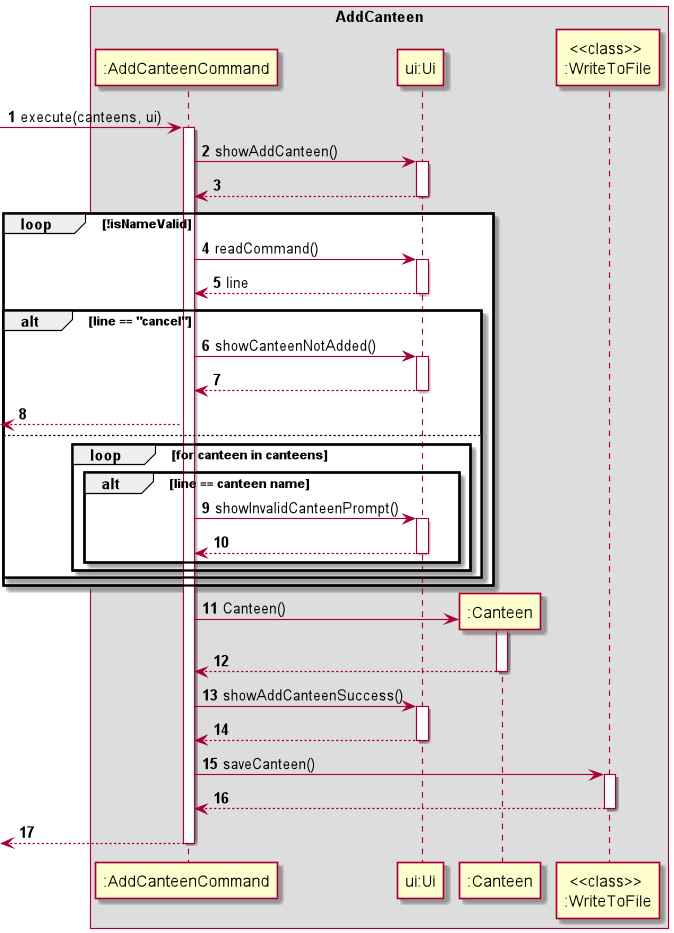
nagiteja/tp keeps this PlantUML diagram as docs/img/AddCanteen.png. Above is the earlier version. Its diagram source:
```plantuml
@startuml

autonumber
box AddCanteen

->":AddCanteenCommand" : execute(canteens, ui)
activate ":AddCanteenCommand"

":AddCanteenCommand" -> "ui:Ui" : showAddCanteen()
activate "ui:Ui"
"ui:Ui" --> ":AddCanteenCommand"
deactivate "ui:Ui"

loop !isNameValid
    ":AddCanteenCommand" -> "ui:Ui" : readCommand()
    activate "ui:Ui"
    "ui:Ui" --> ":AddCanteenCommand" : line
    deactivate "ui:Ui"

    alt line == "cancel"
    ":AddCanteenCommand" -> "ui:Ui" : showCanteenNotAdded()
    activate "ui:Ui"
    "ui:Ui" --> ":AddCanteenCommand"
    deactivate "ui:Ui"
    <-- ":AddCanteenCommand"

    else
        loop for canteen in canteens
            alt line == canteen name
            ":AddCanteenCommand" -> "ui:Ui" : showInvalidCanteenPrompt()
            activate "ui:Ui"
            "ui:Ui" --> ":AddCanteenCommand"
            deactivate "ui:Ui"
            end
        end
    end
end

create ":Canteen"
":AddCanteenCommand" -> ":Canteen" : Canteen()
activate ":Canteen"
":Canteen" --> ":AddCanteenCommand"
deactivate ":Canteen"

":AddCanteenCommand" -> "ui:Ui" : showAddCanteenSuccess()
activate "ui:Ui"
"ui:Ui" --> ":AddCanteenCommand"
deactivate "ui:Ui"

":AddCanteenCommand" -> "<<class>> \n:WriteToFile" : saveCanteen()
activate "<<class>> \n:WriteToFile"
"<<class>> \n:WriteToFile" --> ":AddCanteenCommand"
deactivate "<<class>> \n:WriteToFile"

<-- ":AddCanteenCommand"
deactivate ":AddCanteenCommand"
@enduml
```
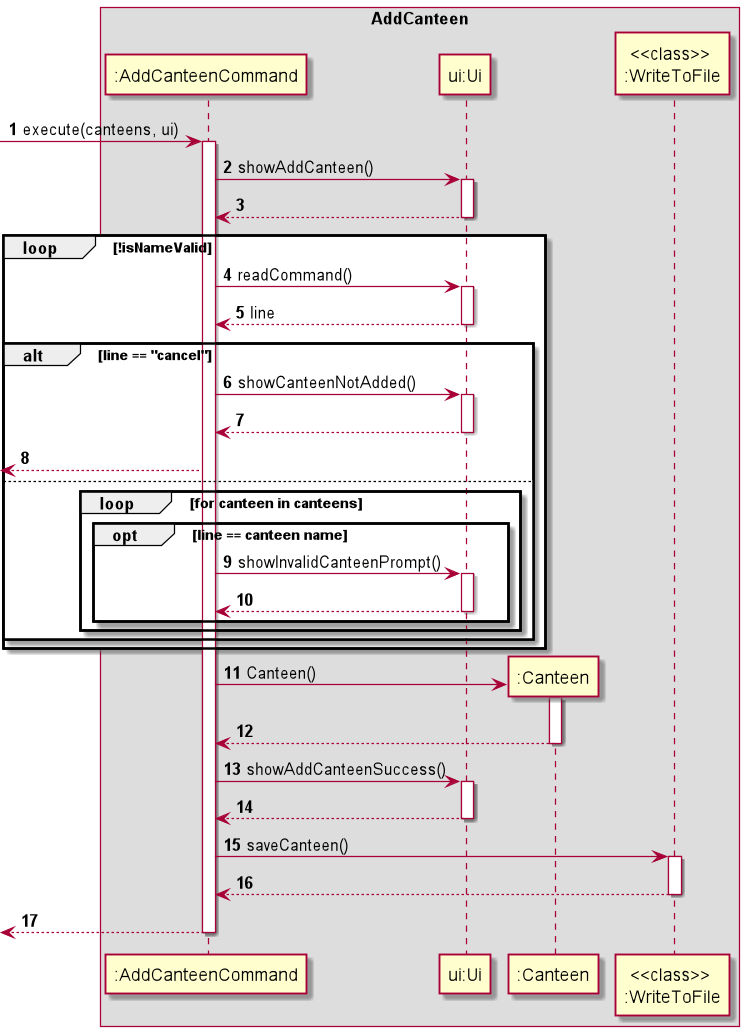
Later version of the same file.

What changed in the source:
```diff
@@ -26,7 +26,7 @@
 
     else
         loop for canteen in canteens
-            alt line == canteen name
+            opt line == canteen name
             ":AddCanteenCommand" -> "ui:Ui" : showInvalidCanteenPrompt()
             activate "ui:Ui"
             "ui:Ui" --> ":AddCanteenCommand"
```
